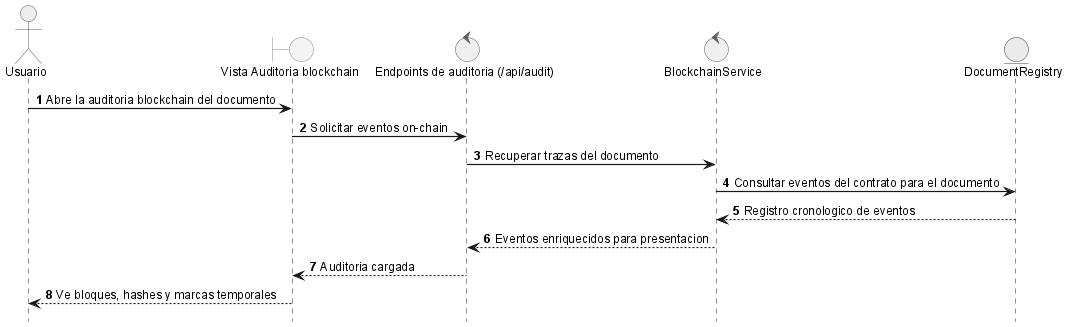
This is anexos/diagramas/seq-blockchain-audit.png from ErDeivih/DocumentChain, a PlantUML export, as it was before one commit.
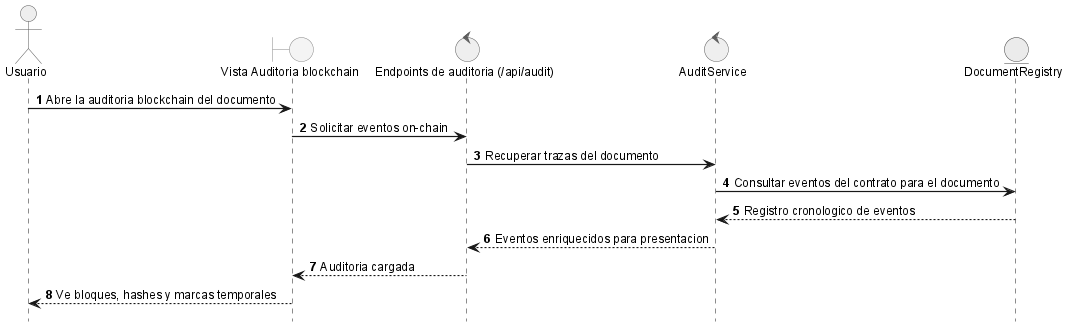
The same diagram one commit later.

Change to the diagram source:
```diff
@@ -3,7 +3,7 @@
 actor Usuario as user
 boundary "Vista Auditoria blockchain" as ui
 control "Endpoints de auditoria (/api/audit)" as api
-control "BlockchainService" as srv
+control "AuditService" as srv
 entity "DocumentRegistry" as sc
 
 user -> ui: Abre la auditoria blockchain del documento
```
